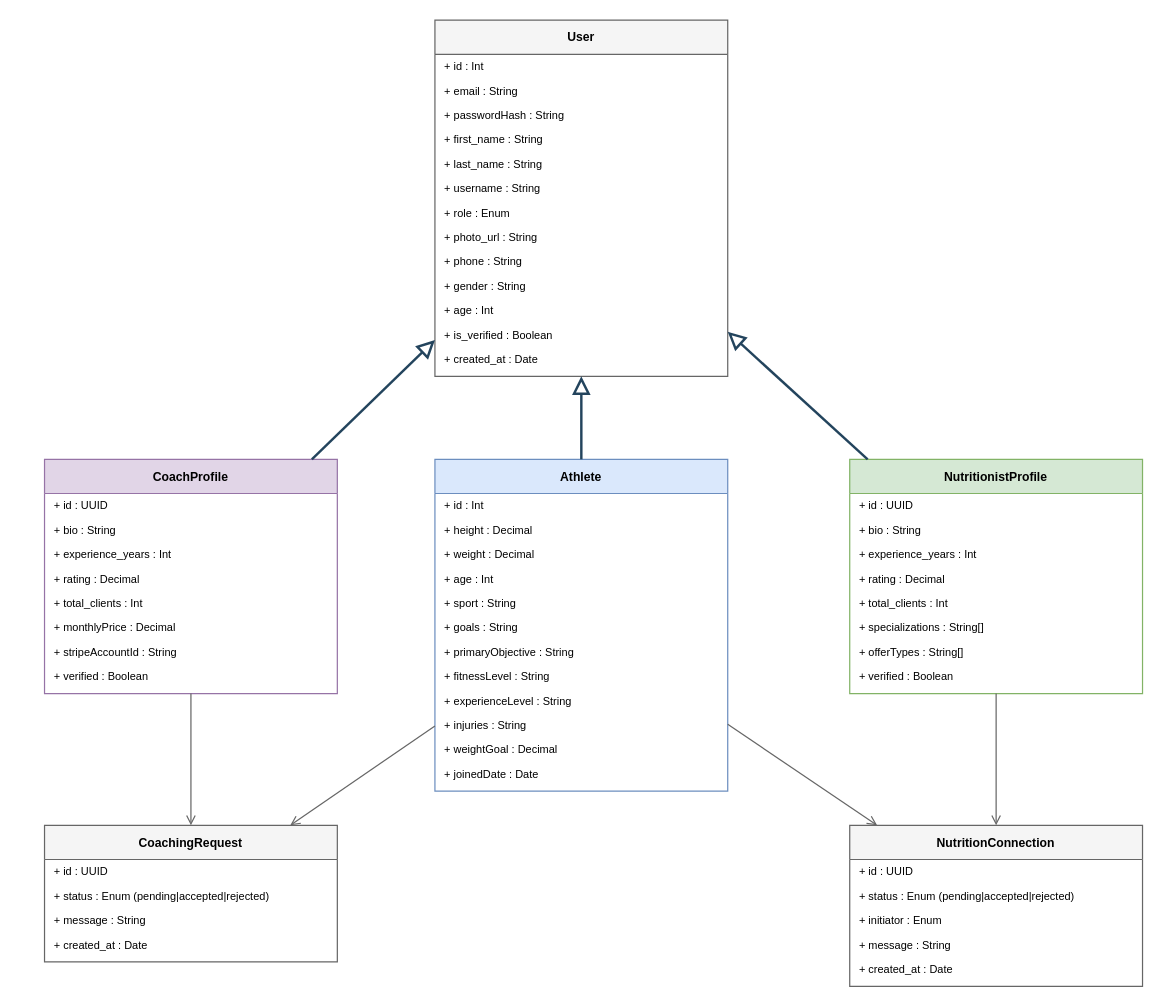
StitiJacem/coaching keeps this draw.io diagram as rapport_coaching_latex/Sprint1_Classes.drawio. Above is the earlier version. Source tidied: cells renumbered, new cells numbered last; positions are measured from the earlier drawing's top-left corner, leaving out a move shared by most shapes. Both pictures are drawn from the tidied source at 122%, with x=0, y=0 at pixel (44, 20).
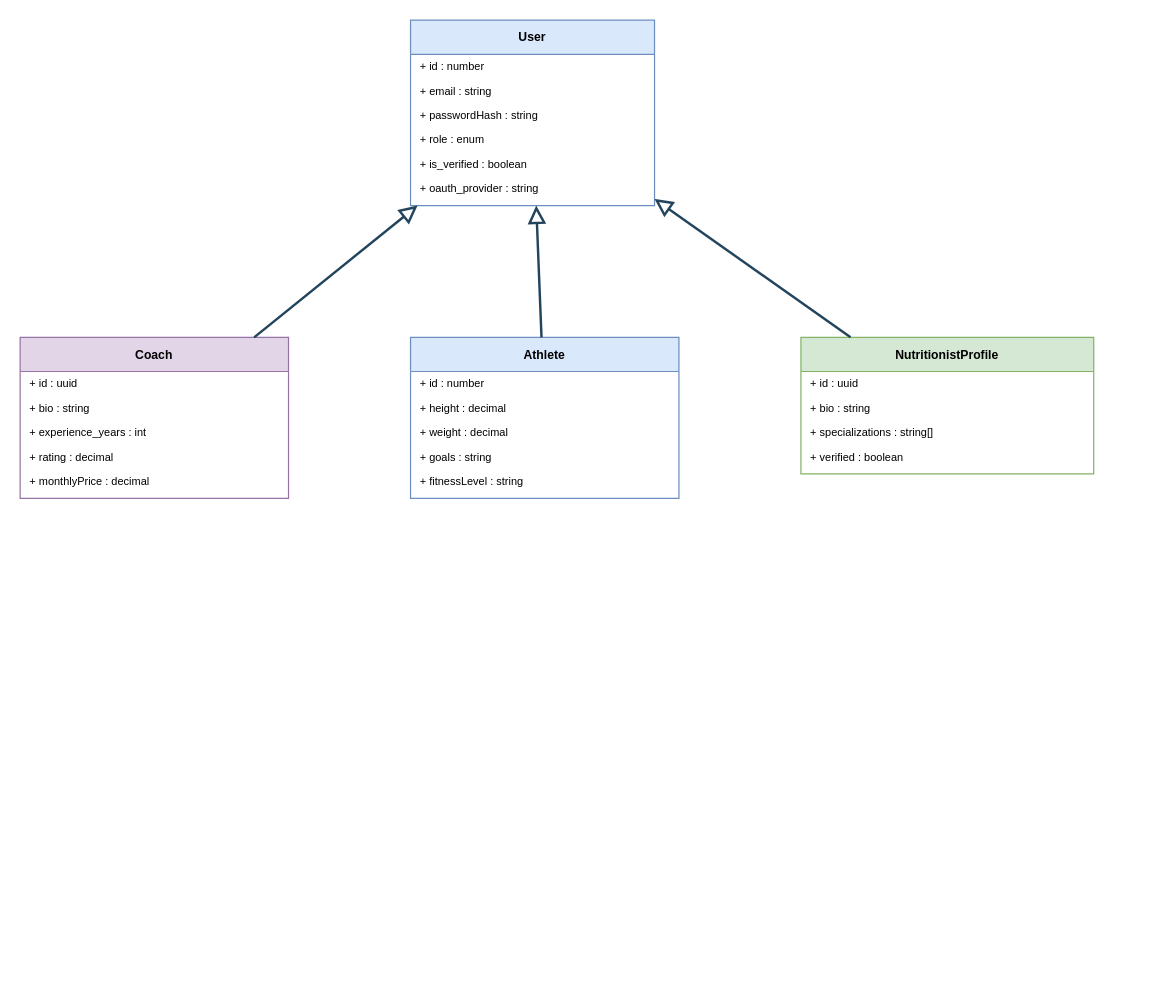
After the change.

The edit, as a diff of the source:
```diff
@@
-    <mxCell id="2" value="User" style="swimlane;startSize=28;fillColor=#f5f5f5;strokeColor=#666;fontStyle=1;fontSize=10;" parent="1" vertex="1">
-      <mxGeometry x="320" width="240" height="292" as="geometry" />
+    <mxCell id="2" value="User" style="swimlane;startSize=28;fillColor=#dae8fc;strokeColor=#6c8ebf;fontStyle=1;fontSize=10;" parent="1" vertex="1">
+      <mxGeometry x="300" width="200" height="152" as="geometry" />
     </mxCell>
-    <mxCell id="3" value="+ id : Int" style="text;strokeColor=none;fillColor=none;align=left;verticalAlign=middle;spacingLeft=6;overflow=hidden;fontSize=9;" parent="2" vertex="1">
-      <mxGeometry y="28" width="240" height="20" as="geometry" />
-    </mxCell>
-    <mxCell id="4" value="+ email : String" style="text;strokeColor=none;fillColor=none;align=left;verticalAlign=middle;spacingLeft=6;overflow=hidden;fontSize=9;" parent="2" vertex="1">
-      <mxGeometry y="48" width="240" height="20" as="geometry" />
-    </mxCell>
-    <mxCell id="5" value="+ passwordHash : String" style="text;strokeColor=none;fillColor=none;align=left;verticalAlign=middle;spacingLeft=6;overflow=hidden;fontSize=9;" parent="2" vertex="1">
-      <mxGeometry y="68" width="240" height="20" as="geometry" />
-    </mxCell>
-    <mxCell id="6" value="+ first_name : String" style="text;strokeColor=none;fillColor=none;align=left;verticalAlign=middle;spacingLeft=6;overflow=hidden;fontSize=9;" parent="2" vertex="1">
-      <mxGeometry y="88" width="240" height="20" as="geometry" />
-    </mxCell>
-    <mxCell id="7" value="+ last_name : String" style="text;strokeColor=none;fillColor=none;align=left;verticalAlign=middle;spacingLeft=6;overflow=hidden;fontSize=9;" parent="2" vertex="1">
-      <mxGeometry y="108" width="240" height="20" as="geometry" />
-    </mxCell>
-    <mxCell id="8" value="+ username : String" style="text;strokeColor=none;fillColor=none;align=left;verticalAlign=middle;spacingLeft=6;overflow=hidden;fontSize=9;" parent="2" vertex="1">
-      <mxGeometry y="128" width="240" height="20" as="geometry" />
-    </mxCell>
-    <mxCell id="9" value="+ role : Enum" style="text;strokeColor=none;fillColor=none;align=left;verticalAlign=middle;spacingLeft=6;overflow=hidden;fontSize=9;" parent="2" vertex="1">
-      <mxGeometry y="148" width="240" height="20" as="geometry" />
-    </mxCell>
-    <mxCell id="10" value="+ photo_url : String" style="text;strokeColor=none;fillColor=none;align=left;verticalAlign=middle;spacingLeft=6;overflow=hidden;fontSize=9;" parent="2" vertex="1">
-      <mxGeometry y="168" width="240" height="20" as="geometry" />
-    </mxCell>
-    <mxCell id="11" value="+ phone : String" style="text;strokeColor=none;fillColor=none;align=left;verticalAlign=middle;spacingLeft=6;overflow=hidden;fontSize=9;" parent="2" vertex="1">
-      <mxGeometry y="188" width="240" height="20" as="geometry" />
-    </mxCell>
-    <mxCell id="12" value="+ gender : String" style="text;strokeColor=none;fillColor=none;align=left;verticalAlign=middle;spacingLeft=6;overflow=hidden;fontSize=9;" parent="2" vertex="1">
-      <mxGeometry y="208" width="240" height="20" as="geometry" />
-    </mxCell>
-    <mxCell id="13" value="+ age : Int" style="text;strokeColor=none;fillColor=none;align=left;verticalAlign=middle;spacingLeft=6;overflow=hidden;fontSize=9;" parent="2" vertex="1">
-      <mxGeometry y="228" width="240" height="20" as="geometry" />
-    </mxCell>
-    <mxCell id="14" value="+ is_verified : Boolean" style="text;strokeColor=none;fillColor=none;align=left;verticalAlign=middle;spacingLeft=6;overflow=hidden;fontSize=9;" parent="2" vertex="1">
-      <mxGeometry y="248" width="240" height="20" as="geometry" />
-    </mxCell>
-    <mxCell id="15" value="+ created_at : Date" style="text;strokeColor=none;fillColor=none;align=left;verticalAlign=middle;spacingLeft=6;overflow=hidden;fontSize=9;" parent="2" vertex="1">
-      <mxGeometry y="268" width="240" height="20" as="geometry" />
-    </mxCell>
-    <mxCell id="16" value="CoachProfile" style="swimlane;startSize=28;fillColor=#e1d5e7;strokeColor=#9673a6;fontStyle=1;fontSize=10;" parent="1" vertex="1">
-      <mxGeometry y="360" width="240" height="192" as="geometry" />
-    </mxCell>
-    <mxCell id="17" value="+ id : UUID" style="text;strokeColor=none;fillColor=none;align=left;verticalAlign=middle;spacingLeft=6;overflow=hidden;fontSize=9;" parent="16" vertex="1">
-      <mxGeometry y="28" width="240" height="20" as="geometry" />
-    </mxCell>
-    <mxCell id="18" value="+ bio : String" style="text;strokeColor=none;fillColor=none;align=left;verticalAlign=middle;spacingLeft=6;overflow=hidden;fontSize=9;" parent="16" vertex="1">
-      <mxGeometry y="48" width="240" height="20" as="geometry" />
-    </mxCell>
-    <mxCell id="19" value="+ experience_years : Int" style="text;strokeColor=none;fillColor=none;align=left;verticalAlign=middle;spacingLeft=6;overflow=hidden;fontSize=9;" parent="16" vertex="1">
-      <mxGeometry y="68" width="240" height="20" as="geometry" />
-    </mxCell>
-    <mxCell id="20" value="+ rating : Decimal" style="text;strokeColor=none;fillColor=none;align=left;verticalAlign=middle;spacingLeft=6;overflow=hidden;fontSize=9;" parent="16" vertex="1">
-      <mxGeometry y="88" width="240" height="20" as="geometry" />
-    </mxCell>
-    <mxCell id="21" value="+ total_clients : Int" style="text;strokeColor=none;fillColor=none;align=left;verticalAlign=middle;spacingLeft=6;overflow=hidden;fontSize=9;" parent="16" vertex="1">
-      <mxGeometry y="108" width="240" height="20" as="geometry" />
-    </mxCell>
-    <mxCell id="22" value="+ monthlyPrice : Decimal" style="text;strokeColor=none;fillColor=none;align=left;verticalAlign=middle;spacingLeft=6;overflow=hidden;fontSize=9;" parent="16" vertex="1">
-      <mxGeometry y="128" width="240" height="20" as="geometry" />
-    </mxCell>
-    <mxCell id="23" value="+ stripeAccountId : String" style="text;strokeColor=none;fillColor=none;align=left;verticalAlign=middle;spacingLeft=6;overflow=hidden;fontSize=9;" parent="16" vertex="1">
-      <mxGeometry y="148" width="240" height="20" as="geometry" />
-    </mxCell>
-    <mxCell id="24" value="+ verified : Boolean" style="text;strokeColor=none;fillColor=none;align=left;verticalAlign=middle;spacingLeft=6;overflow=hidden;fontSize=9;" parent="16" vertex="1">
-      <mxGeometry y="168" width="240" height="20" as="geometry" />
-    </mxCell>
+    <mxCell id="65" value="+ id : number" style="text;strokeColor=none;fillColor=none;align=left;verticalAlign=middle;spacingLeft=6;overflow=hidden;fontSize=9;" parent="2" vertex="1">
+      <mxGeometry y="28" width="200" height="20" as="geometry" />
+    </mxCell>
+    <mxCell id="66" value="+ email : string" style="text;strokeColor=none;fillColor=none;align=left;verticalAlign=middle;spacingLeft=6;overflow=hidden;fontSize=9;" parent="2" vertex="1">
+      <mxGeometry y="48" width="200" height="20" as="geometry" />
+    </mxCell>
+    <mxCell id="67" value="+ passwordHash : string" style="text;strokeColor=none;fillColor=none;align=left;verticalAlign=middle;spacingLeft=6;overflow=hidden;fontSize=9;" parent="2" vertex="1">
+      <mxGeometry y="68" width="200" height="20" as="geometry" />
+    </mxCell>
+    <mxCell id="68" value="+ role : enum" style="text;strokeColor=none;fillColor=none;align=left;verticalAlign=middle;spacingLeft=6;overflow=hidden;fontSize=9;" parent="2" vertex="1">
+      <mxGeometry y="88" width="200" height="20" as="geometry" />
+    </mxCell>
+    <mxCell id="69" value="+ is_verified : boolean" style="text;strokeColor=none;fillColor=none;align=left;verticalAlign=middle;spacingLeft=6;overflow=hidden;fontSize=9;" parent="2" vertex="1">
+      <mxGeometry y="108" width="200" height="20" as="geometry" />
+    </mxCell>
+    <mxCell id="70" value="+ oauth_provider : string" style="text;strokeColor=none;fillColor=none;align=left;verticalAlign=middle;spacingLeft=6;overflow=hidden;fontSize=9;" parent="2" vertex="1">
+      <mxGeometry y="128" width="200" height="20" as="geometry" />
+    </mxCell>
+    <mxCell id="71" value="Coach" style="swimlane;startSize=28;fillColor=#e1d5e7;strokeColor=#9673a6;fontStyle=1;fontSize=10;" parent="1" vertex="1">
+      <mxGeometry x="-20" y="260" width="220" height="132" as="geometry" />
+    </mxCell>
+    <mxCell id="72" value="+ id : uuid" style="text;strokeColor=none;fillColor=none;align=left;verticalAlign=middle;spacingLeft=6;overflow=hidden;fontSize=9;" parent="71" vertex="1">
+      <mxGeometry y="28" width="220" height="20" as="geometry" />
+    </mxCell>
+    <mxCell id="73" value="+ bio : string" style="text;strokeColor=none;fillColor=none;align=left;verticalAlign=middle;spacingLeft=6;overflow=hidden;fontSize=9;" parent="71" vertex="1">
+      <mxGeometry y="48" width="220" height="20" as="geometry" />
+    </mxCell>
+    <mxCell id="74" value="+ experience_years : int" style="text;strokeColor=none;fillColor=none;align=left;verticalAlign=middle;spacingLeft=6;overflow=hidden;fontSize=9;" parent="71" vertex="1">
+      <mxGeometry y="68" width="220" height="20" as="geometry" />
+    </mxCell>
+    <mxCell id="75" value="+ rating : decimal" style="text;strokeColor=none;fillColor=none;align=left;verticalAlign=middle;spacingLeft=6;overflow=hidden;fontSize=9;" parent="71" vertex="1">
+      <mxGeometry y="88" width="220" height="20" as="geometry" />
+    </mxCell>
+    <mxCell id="76" value="+ monthlyPrice : decimal" style="text;strokeColor=none;fillColor=none;align=left;verticalAlign=middle;spacingLeft=6;overflow=hidden;fontSize=9;" parent="71" vertex="1">
+      <mxGeometry y="108" width="220" height="20" as="geometry" />
+    </mxCell>
     <mxCell id="25" value="Athlete" style="swimlane;startSize=28;fillColor=#dae8fc;strokeColor=#6c8ebf;fontStyle=1;fontSize=10;" parent="1" vertex="1">
-      <mxGeometry x="320" y="360" width="240" height="272" as="geometry" />
+      <mxGeometry x="300" y="260" width="220" height="132" as="geometry" />
     </mxCell>
-    <mxCell id="26" value="+ id : Int" style="text;strokeColor=none;fillColor=none;align=left;verticalAlign=middle;spacingLeft=6;overflow=hidden;fontSize=9;" parent="25" vertex="1">
-      <mxGeometry y="28" width="240" height="20" as="geometry" />
-    </mxCell>
-    <mxCell id="27" value="+ height : Decimal" style="text;strokeColor=none;fillColor=none;align=left;verticalAlign=middle;spacingLeft=6;overflow=hidden;fontSize=9;" parent="25" vertex="1">
-      <mxGeometry y="48" width="240" height="20" as="geometry" />
-    </mxCell>
-    <mxCell id="28" value="+ weight : Decimal" style="text;strokeColor=none;fillColor=none;align=left;verticalAlign=middle;spacingLeft=6;overflow=hidden;fontSize=9;" parent="25" vertex="1">
-      <mxGeometry y="68" width="240" height="20" as="geometry" />
-    </mxCell>
-    <mxCell id="29" value="+ age : Int" style="text;strokeColor=none;fillColor=none;align=left;verticalAlign=middle;spacingLeft=6;overflow=hidden;fontSize=9;" parent="25" vertex="1">
-      <mxGeometry y="88" width="240" height="20" as="geometry" />
-    </mxCell>
-    <mxCell id="30" value="+ sport : String" style="text;strokeColor=none;fillColor=none;align=left;verticalAlign=middle;spacingLeft=6;overflow=hidden;fontSize=9;" parent="25" vertex="1">
-      <mxGeometry y="108" width="240" height="20" as="geometry" />
-    </mxCell>
-    <mxCell id="31" value="+ goals : String" style="text;strokeColor=none;fillColor=none;align=left;verticalAlign=middle;spacingLeft=6;overflow=hidden;fontSize=9;" parent="25" vertex="1">
-      <mxGeometry y="128" width="240" height="20" as="geometry" />
-    </mxCell>
-    <mxCell id="32" value="+ primaryObjective : String" style="text;strokeColor=none;fillColor=none;align=left;verticalAlign=middle;spacingLeft=6;overflow=hidden;fontSize=9;" parent="25" vertex="1">
-      <mxGeometry y="148" width="240" height="20" as="geometry" />
-    </mxCell>
-    <mxCell id="33" value="+ fitnessLevel : String" style="text;strokeColor=none;fillColor=none;align=left;verticalAlign=middle;spacingLeft=6;overflow=hidden;fontSize=9;" parent="25" vertex="1">
-      <mxGeometry y="168" width="240" height="20" as="geometry" />
-    </mxCell>
-    <mxCell id="34" value="+ experienceLevel : String" style="text;strokeColor=none;fillColor=none;align=left;verticalAlign=middle;spacingLeft=6;overflow=hidden;fontSize=9;" parent="25" vertex="1">
-      <mxGeometry y="188" width="240" height="20" as="geometry" />
-    </mxCell>
-    <mxCell id="35" value="+ injuries : String" style="text;strokeColor=none;fillColor=none;align=left;verticalAlign=middle;spacingLeft=6;overflow=hidden;fontSize=9;" parent="25" vertex="1">
-      <mxGeometry y="208" width="240" height="20" as="geometry" />
-    </mxCell>
-    <mxCell id="36" value="+ weightGoal : Decimal" style="text;strokeColor=none;fillColor=none;align=left;verticalAlign=middle;spacingLeft=6;overflow=hidden;fontSize=9;" parent="25" vertex="1">
-      <mxGeometry y="228" width="240" height="20" as="geometry" />
-    </mxCell>
-    <mxCell id="37" value="+ joinedDate : Date" style="text;strokeColor=none;fillColor=none;align=left;verticalAlign=middle;spacingLeft=6;overflow=hidden;fontSize=9;" parent="25" vertex="1">
-      <mxGeometry y="248" width="240" height="20" as="geometry" />
-    </mxCell>
+    <mxCell id="77" value="+ id : number" style="text;strokeColor=none;fillColor=none;align=left;verticalAlign=middle;spacingLeft=6;overflow=hidden;fontSize=9;" parent="25" vertex="1">
+      <mxGeometry y="28" width="220" height="20" as="geometry" />
+    </mxCell>
+    <mxCell id="78" value="+ height : decimal" style="text;strokeColor=none;fillColor=none;align=left;verticalAlign=middle;spacingLeft=6;overflow=hidden;fontSize=9;" parent="25" vertex="1">
+      <mxGeometry y="48" width="220" height="20" as="geometry" />
+    </mxCell>
+    <mxCell id="79" value="+ weight : decimal" style="text;strokeColor=none;fillColor=none;align=left;verticalAlign=middle;spacingLeft=6;overflow=hidden;fontSize=9;" parent="25" vertex="1">
+      <mxGeometry y="68" width="220" height="20" as="geometry" />
+    </mxCell>
+    <mxCell id="80" value="+ goals : string" style="text;strokeColor=none;fillColor=none;align=left;verticalAlign=middle;spacingLeft=6;overflow=hidden;fontSize=9;" parent="25" vertex="1">
+      <mxGeometry y="88" width="220" height="20" as="geometry" />
+    </mxCell>
+    <mxCell id="81" value="+ fitnessLevel : string" style="text;strokeColor=none;fillColor=none;align=left;verticalAlign=middle;spacingLeft=6;overflow=hidden;fontSize=9;" parent="25" vertex="1">
+      <mxGeometry y="108" width="220" height="20" as="geometry" />
+    </mxCell>
     <mxCell id="38" value="NutritionistProfile" style="swimlane;startSize=28;fillColor=#d5e8d4;strokeColor=#82b366;fontStyle=1;fontSize=10;" parent="1" vertex="1">
-      <mxGeometry x="660" y="360" width="240" height="192" as="geometry" />
+      <mxGeometry x="620" y="260" width="240" height="112" as="geometry" />
     </mxCell>
-    <mxCell id="39" value="+ id : UUID" style="text;strokeColor=none;fillColor=none;align=left;verticalAlign=middle;spacingLeft=6;overflow=hidden;fontSize=9;" parent="38" vertex="1">
-      <mxGeometry y="28" width="240" height="20" as="geometry" />
-    </mxCell>
-    <mxCell id="40" value="+ bio : String" style="text;strokeColor=none;fillColor=none;align=left;verticalAlign=middle;spacingLeft=6;overflow=hidden;fontSize=9;" parent="38" vertex="1">
-      <mxGeometry y="48" width="240" height="20" as="geometry" />
-    </mxCell>
-    <mxCell id="41" value="+ experience_years : Int" style="text;strokeColor=none;fillColor=none;align=left;verticalAlign=middle;spacingLeft=6;overflow=hidden;fontSize=9;" parent="38" vertex="1">
-      <mxGeometry y="68" width="240" height="20" as="geometry" />
-    </mxCell>
-    <mxCell id="42" value="+ rating : Decimal" style="text;strokeColor=none;fillColor=none;align=left;verticalAlign=middle;spacingLeft=6;overflow=hidden;fontSize=9;" parent="38" vertex="1">
-      <mxGeometry y="88" width="240" height="20" as="geometry" />
-    </mxCell>
-    <mxCell id="43" value="+ total_clients : Int" style="text;strokeColor=none;fillColor=none;align=left;verticalAlign=middle;spacingLeft=6;overflow=hidden;fontSize=9;" parent="38" vertex="1">
-      <mxGeometry y="108" width="240" height="20" as="geometry" />
-    </mxCell>
-    <mxCell id="44" value="+ specializations : String[]" style="text;strokeColor=none;fillColor=none;align=left;verticalAlign=middle;spacingLeft=6;overflow=hidden;fontSize=9;" parent="38" vertex="1">
-      <mxGeometry y="128" width="240" height="20" as="geometry" />
-    </mxCell>
-    <mxCell id="45" value="+ offerTypes : String[]" style="text;strokeColor=none;fillColor=none;align=left;verticalAlign=middle;spacingLeft=6;overflow=hidden;fontSize=9;" parent="38" vertex="1">
-      <mxGeometry y="148" width="240" height="20" as="geometry" />
-    </mxCell>
-    <mxCell id="46" value="+ verified : Boolean" style="text;strokeColor=none;fillColor=none;align=left;verticalAlign=middle;spacingLeft=6;overflow=hidden;fontSize=9;" parent="38" vertex="1">
-      <mxGeometry y="168" width="240" height="20" as="geometry" />
-    </mxCell>
-    <mxCell id="47" value="CoachingRequest" style="swimlane;startSize=28;fillColor=#f5f5f5;strokeColor=#666;fontStyle=1;fontSize=10;" parent="1" vertex="1">
-      <mxGeometry y="660" width="240" height="112" as="geometry" />
-    </mxCell>
-    <mxCell id="48" value="+ id : UUID" style="text;strokeColor=none;fillColor=none;align=left;verticalAlign=middle;spacingLeft=6;overflow=hidden;fontSize=9;" parent="47" vertex="1">
-      <mxGeometry y="28" width="240" height="20" as="geometry" />
-    </mxCell>
-    <mxCell id="49" value="+ status : Enum (pending|accepted|rejected)" style="text;strokeColor=none;fillColor=none;align=left;verticalAlign=middle;spacingLeft=6;overflow=hidden;fontSize=9;" parent="47" vertex="1">
-      <mxGeometry y="48" width="240" height="20" as="geometry" />
-    </mxCell>
-    <mxCell id="50" value="+ message : String" style="text;strokeColor=none;fillColor=none;align=left;verticalAlign=middle;spacingLeft=6;overflow=hidden;fontSize=9;" parent="47" vertex="1">
-      <mxGeometry y="68" width="240" height="20" as="geometry" />
-    </mxCell>
-    <mxCell id="51" value="+ created_at : Date" style="text;strokeColor=none;fillColor=none;align=left;verticalAlign=middle;spacingLeft=6;overflow=hidden;fontSize=9;" parent="47" vertex="1">
-      <mxGeometry y="88" width="240" height="20" as="geometry" />
-    </mxCell>
-    <mxCell id="52" value="NutritionConnection" style="swimlane;startSize=28;fillColor=#f5f5f5;strokeColor=#666;fontStyle=1;fontSize=10;" parent="1" vertex="1">
-      <mxGeometry x="660" y="660" width="240" height="132" as="geometry" />
-    </mxCell>
-    <mxCell id="53" value="+ id : UUID" style="text;strokeColor=none;fillColor=none;align=left;verticalAlign=middle;spacingLeft=6;overflow=hidden;fontSize=9;" parent="52" vertex="1">
-      <mxGeometry y="28" width="240" height="20" as="geometry" />
-    </mxCell>
-    <mxCell id="54" value="+ status : Enum (pending|accepted|rejected)" style="text;strokeColor=none;fillColor=none;align=left;verticalAlign=middle;spacingLeft=6;overflow=hidden;fontSize=9;" parent="52" vertex="1">
-      <mxGeometry y="48" width="240" height="20" as="geometry" />
-    </mxCell>
-    <mxCell id="55" value="+ initiator : Enum" style="text;strokeColor=none;fillColor=none;align=left;verticalAlign=middle;spacingLeft=6;overflow=hidden;fontSize=9;" parent="52" vertex="1">
-      <mxGeometry y="68" width="240" height="20" as="geometry" />
-    </mxCell>
-    <mxCell id="56" value="+ message : String" style="text;strokeColor=none;fillColor=none;align=left;verticalAlign=middle;spacingLeft=6;overflow=hidden;fontSize=9;" parent="52" vertex="1">
-      <mxGeometry y="88" width="240" height="20" as="geometry" />
-    </mxCell>
-    <mxCell id="57" value="+ created_at : Date" style="text;strokeColor=none;fillColor=none;align=left;verticalAlign=middle;spacingLeft=6;overflow=hidden;fontSize=9;" parent="52" vertex="1">
-      <mxGeometry y="108" width="240" height="20" as="geometry" />
-    </mxCell>
-    <mxCell id="58" style="endArrow=block;endFill=0;endSize=10;html=1;strokeColor=#23445D;strokeWidth=2;" parent="1" edge="1" source="16" target="2">
-      <mxGeometry relative="1" as="geometry" />
-    </mxCell>
+    <mxCell id="82" value="+ id : uuid" style="text;strokeColor=none;fillColor=none;align=left;verticalAlign=middle;spacingLeft=6;overflow=hidden;fontSize=9;" parent="38" vertex="1">
+      <mxGeometry y="28" width="240" height="20" as="geometry" />
+    </mxCell>
+    <mxCell id="83" value="+ bio : string" style="text;strokeColor=none;fillColor=none;align=left;verticalAlign=middle;spacingLeft=6;overflow=hidden;fontSize=9;" parent="38" vertex="1">
+      <mxGeometry y="48" width="240" height="20" as="geometry" />
+    </mxCell>
+    <mxCell id="84" value="+ specializations : string[]" style="text;strokeColor=none;fillColor=none;align=left;verticalAlign=middle;spacingLeft=6;overflow=hidden;fontSize=9;" parent="38" vertex="1">
+      <mxGeometry y="68" width="240" height="20" as="geometry" />
+    </mxCell>
+    <mxCell id="85" value="+ verified : boolean" style="text;strokeColor=none;fillColor=none;align=left;verticalAlign=middle;spacingLeft=6;overflow=hidden;fontSize=9;" parent="38" vertex="1">
+      <mxGeometry y="88" width="240" height="20" as="geometry" />
+    </mxCell>
+    <mxCell id="86" style="endArrow=block;endFill=0;endSize=10;html=1;strokeColor=#23445D;strokeWidth=2;" parent="1" edge="1" source="71" target="2">
+      <mxGeometry relative="1" as="geometry" />
+    </mxCell>
@@
-    <mxCell id="61" style="endArrow=open;endFill=0;html=1;strokeColor=#666;" parent="1" edge="1" source="25" target="47">
-      <mxGeometry relative="1" as="geometry" />
-    </mxCell>
-    <mxCell id="62" style="endArrow=open;endFill=0;html=1;strokeColor=#666;" parent="1" edge="1" source="16" target="47">
-      <mxGeometry relative="1" as="geometry" />
-    </mxCell>
-    <mxCell id="63" style="endArrow=open;endFill=0;html=1;strokeColor=#666;" parent="1" edge="1" source="25" target="52">
-      <mxGeometry relative="1" as="geometry" />
-    </mxCell>
-    <mxCell id="64" style="endArrow=open;endFill=0;html=1;strokeColor=#666;" parent="1" edge="1" source="38" target="52">
-      <mxGeometry relative="1" as="geometry" />
-    </mxCell>
```
